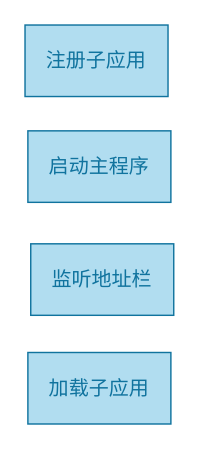
Earlier version of the draw.io diagram page "qiankun设计" (2 of 4) of Micro-Frontend.drawio (waterwatermelon/graph). Source tidied: cells renumbered, new cells numbered last; positions are measured from the earlier drawing's top-left corner, leaving out a move shared by most shapes. Both pictures are drawn from the tidied source at 143%, with x=0, y=0 at pixel (24, 24).
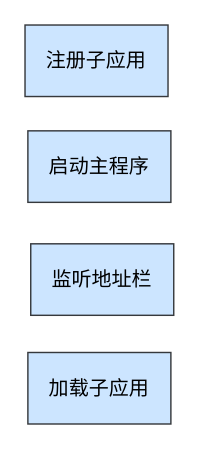
The same page after the edit.

Diff of the diagram source:
```diff
@@
 <mxGraphModel>
   <root>
     <mxCell id="0" />
     <mxCell id="1" parent="0" />
-    <mxCell id="2" value="&lt;font style=&quot;font-size: 14px;&quot;&gt;注册子应用&lt;/font&gt;" style="rounded=0;whiteSpace=wrap;html=1;fillColor=#b1ddf0;strokeColor=#10739e;fontColor=#10739E;" parent="1" vertex="1">
+    <mxCell id="2" value="&lt;font style=&quot;font-size: 14px;&quot;&gt;注册子应用&lt;/font&gt;" style="rounded=0;whiteSpace=wrap;html=1;fillColor=#cce5ff;strokeColor=#36393d;" parent="1" vertex="1">
       <mxGeometry width="100" height="50" as="geometry" />
     </mxCell>
-    <mxCell id="3" value="&lt;font&gt;&lt;span style=&quot;font-size: 14px;&quot;&gt;启动主程序&lt;/span&gt;&lt;/font&gt;" style="rounded=0;whiteSpace=wrap;html=1;fillColor=#b1ddf0;strokeColor=#10739e;fontColor=#10739E;" parent="1" vertex="1">
+    <mxCell id="3" value="&lt;font&gt;&lt;span style=&quot;font-size: 14px;&quot;&gt;启动主程序&lt;/span&gt;&lt;/font&gt;" style="rounded=0;whiteSpace=wrap;html=1;fillColor=#cce5ff;strokeColor=#36393d;" parent="1" vertex="1">
       <mxGeometry x="2" y="74" width="100" height="50" as="geometry" />
     </mxCell>
-    <mxCell id="4" value="&lt;font&gt;&lt;span style=&quot;font-size: 14px;&quot;&gt;监听地址栏&lt;/span&gt;&lt;/font&gt;" style="rounded=0;whiteSpace=wrap;html=1;fillColor=#b1ddf0;strokeColor=#10739e;fontColor=#10739E;" parent="1" vertex="1">
+    <mxCell id="4" value="&lt;font&gt;&lt;span style=&quot;font-size: 14px;&quot;&gt;监听地址栏&lt;/span&gt;&lt;/font&gt;" style="rounded=0;whiteSpace=wrap;html=1;fillColor=#cce5ff;strokeColor=#36393d;" parent="1" vertex="1">
       <mxGeometry x="4" y="153" width="100" height="50" as="geometry" />
     </mxCell>
-    <mxCell id="5" value="&lt;font style=&quot;font-size: 14px;&quot;&gt;加载子应用&lt;/font&gt;" style="rounded=0;whiteSpace=wrap;html=1;fillColor=#b1ddf0;strokeColor=#10739e;fontColor=#10739E;" parent="1" vertex="1">
+    <mxCell id="5" value="&lt;font style=&quot;font-size: 14px;&quot;&gt;加载子应用&lt;/font&gt;" style="rounded=0;whiteSpace=wrap;html=1;fillColor=#cce5ff;strokeColor=#36393d;" parent="1" vertex="1">
       <mxGeometry x="2" y="229" width="100" height="50" as="geometry" />
     </mxCell>
   </root>
 </mxGraphModel>
```
